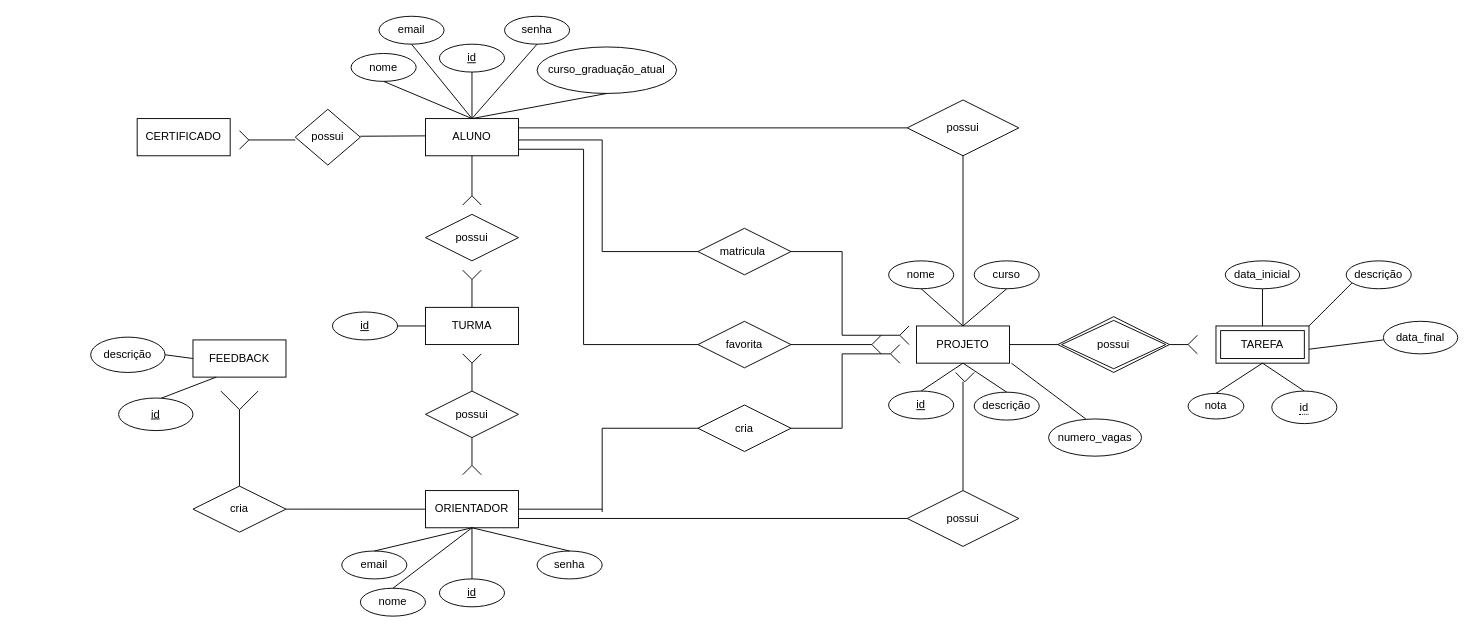
The draw.io diagram page "Modelo Pe de Galinha" (6 of 6) of Sprint2/Sprint2.drawio in BabiDoo/TI2-GRUPO25, before the edit. Source tidied: cells renumbered, new cells numbered last; positions are measured from the earlier drawing's top-left corner, leaving out a move shared by most shapes. Both pictures are drawn from the tidied source at 93%, with x=0, y=0 at pixel (90, 16).
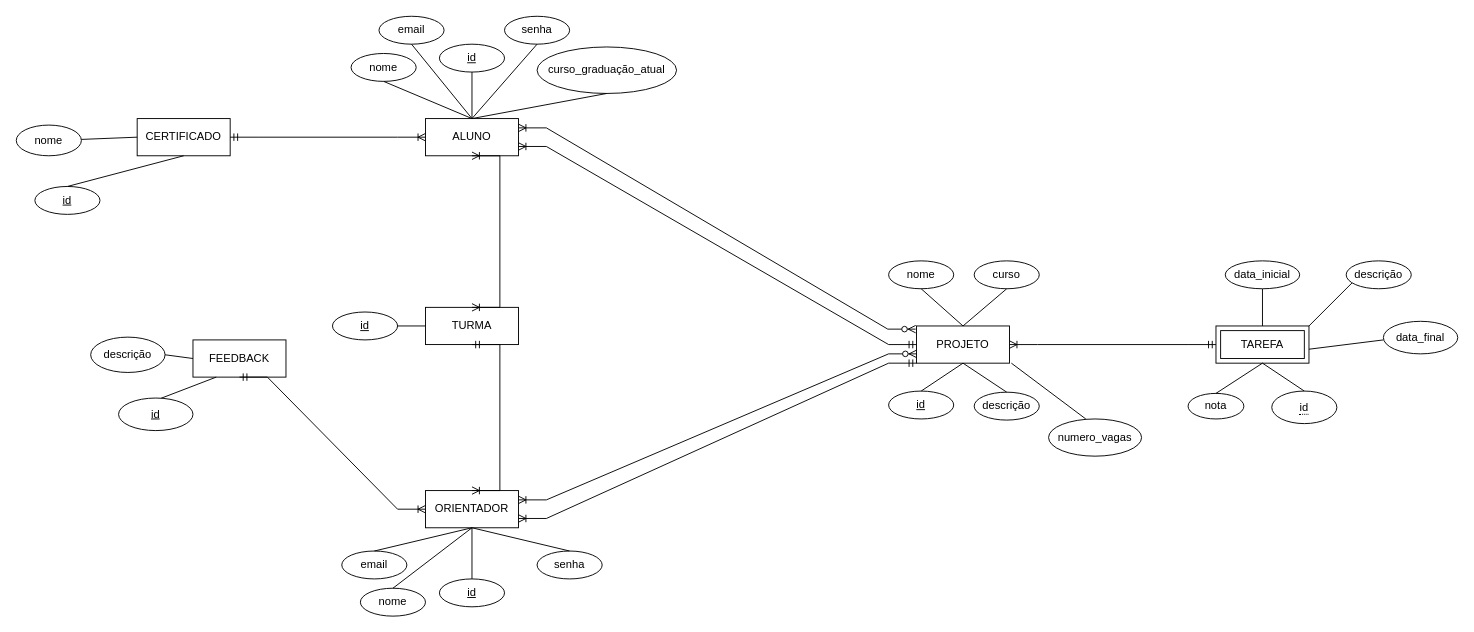
Above is the later version.

Unchanged cells that the change refers to:
```xml
<mxCell id="2" value="ALUNO" style="whiteSpace=wrap;html=1;align=center;" parent="1" vertex="1">
  <mxGeometry x="360" y="110" width="100" height="40" as="geometry" />
</mxCell>
<mxCell id="14" value="PROJETO" style="whiteSpace=wrap;html=1;align=center;" parent="1" vertex="1">
  <mxGeometry x="888" y="333" width="100" height="40" as="geometry" />
</mxCell>
<mxCell id="18" value="ORIENTADOR" style="whiteSpace=wrap;html=1;align=center;" parent="1" vertex="1">
  <mxGeometry x="360" y="510" width="100" height="40" as="geometry" />
</mxCell>
<mxCell id="42" value="TURMA" style="whiteSpace=wrap;html=1;align=center;" parent="1" vertex="1">
  <mxGeometry x="360" y="313" width="100" height="40" as="geometry" />
</mxCell>
<mxCell id="54" value="TAREFA" style="shape=ext;margin=3;double=1;whiteSpace=wrap;html=1;align=center;" parent="1" vertex="1">
  <mxGeometry x="1210" y="333" width="100" height="40" as="geometry" />
</mxCell>
<mxCell id="83" value="FEEDBACK" style="whiteSpace=wrap;html=1;align=center;" parent="1" vertex="1">
  <mxGeometry x="110" y="348" width="100" height="40" as="geometry" />
</mxCell>
<mxCell id="87" value="CERTIFICADO" style="whiteSpace=wrap;html=1;align=center;" parent="1" vertex="1">
  <mxGeometry x="50" y="110" width="100" height="40" as="geometry" />
</mxCell>
```

Diff of the diagram source:
```diff
@@
-    <mxCell id="3" value="matricula&amp;nbsp;" style="shape=rhombus;perimeter=rhombusPerimeter;whiteSpace=wrap;html=1;align=center;" parent="1" vertex="1">
-      <mxGeometry x="653" y="228" width="100" height="50" as="geometry" />
-    </mxCell>
@@
-    <mxCell id="27" value="cria" style="shape=rhombus;perimeter=rhombusPerimeter;whiteSpace=wrap;html=1;align=center;" parent="1" vertex="1">
-      <mxGeometry x="653" y="418" width="100" height="50" as="geometry" />
-    </mxCell>
-    <mxCell id="28" style="endArrow=none;html=1;rounded=0;exitX=1;exitY=0.5;exitDx=0;exitDy=0;" parent="1" edge="1" source="18">
-      <mxGeometry relative="1" as="geometry">
-        <mxPoint x="550" y="530" as="targetPoint" />
-      </mxGeometry>
-    </mxCell>
@@
-    <mxCell id="34" style="endArrow=none;html=1;rounded=0;exitX=1;exitY=0.5;exitDx=0;exitDy=0;" parent="1" edge="1" source="27">
-      <mxGeometry relative="1" as="geometry">
-        <mxPoint x="808" y="443" as="targetPoint" />
-      </mxGeometry>
-    </mxCell>
-    <mxCell id="35" style="endArrow=none;html=1;rounded=0;" parent="1" edge="1">
-      <mxGeometry relative="1" as="geometry">
-        <mxPoint x="808" y="443" as="sourcePoint" />
-        <mxPoint x="808" y="363" as="targetPoint" />
-      </mxGeometry>
-    </mxCell>
-    <mxCell id="36" style="endArrow=none;html=1;rounded=0;" parent="1" edge="1">
-      <mxGeometry relative="1" as="geometry">
-        <mxPoint x="808" y="363" as="sourcePoint" />
-        <mxPoint x="860" y="363" as="targetPoint" />
-      </mxGeometry>
-    </mxCell>
-    <mxCell id="37" style="endArrow=none;html=1;rounded=0;exitX=1;exitY=0.5;exitDx=0;exitDy=0;" parent="1" edge="1" source="3">
-      <mxGeometry relative="1" as="geometry">
-        <mxPoint x="808" y="253" as="targetPoint" />
-      </mxGeometry>
-    </mxCell>
-    <mxCell id="38" style="endArrow=none;html=1;rounded=0;" parent="1" edge="1">
-      <mxGeometry relative="1" as="geometry">
-        <mxPoint x="808" y="253" as="sourcePoint" />
-        <mxPoint x="808" y="343" as="targetPoint" />
-      </mxGeometry>
-    </mxCell>
-    <mxCell id="39" style="endArrow=none;html=1;rounded=0;" parent="1" edge="1">
-      <mxGeometry relative="1" as="geometry">
-        <mxPoint x="808" y="343" as="sourcePoint" />
-        <mxPoint x="870" y="343" as="targetPoint" />
-      </mxGeometry>
-    </mxCell>
-    <mxCell id="40" value="possui" style="shape=rhombus;perimeter=rhombusPerimeter;whiteSpace=wrap;html=1;align=center;" parent="1" vertex="1">
-      <mxGeometry x="360" y="403" width="100" height="50" as="geometry" />
-    </mxCell>
-    <mxCell id="41" style="endArrow=none;html=1;rounded=0;entryX=0.5;entryY=1;entryDx=0;entryDy=0;" parent="1" edge="1" target="40">
-      <mxGeometry relative="1" as="geometry">
-        <mxPoint x="410" y="483" as="sourcePoint" />
-      </mxGeometry>
-    </mxCell>
@@
-    <mxCell id="43" style="endArrow=none;html=1;rounded=0;exitX=0.5;exitY=0;exitDx=0;exitDy=0;" parent="1" edge="1" source="40">
-      <mxGeometry relative="1" as="geometry">
-        <mxPoint x="410" y="373" as="targetPoint" />
-      </mxGeometry>
-    </mxCell>
-    <mxCell id="44" value="possui" style="shape=rhombus;perimeter=rhombusPerimeter;whiteSpace=wrap;html=1;align=center;" parent="1" vertex="1">
-      <mxGeometry x="360" y="213" width="100" height="50" as="geometry" />
-    </mxCell>
-    <mxCell id="45" style="endArrow=none;html=1;rounded=0;exitX=0.5;exitY=0;exitDx=0;exitDy=0;" parent="1" edge="1" source="42">
-      <mxGeometry relative="1" as="geometry">
-        <mxPoint x="410" y="283" as="targetPoint" />
-      </mxGeometry>
-    </mxCell>
-    <mxCell id="46" style="endArrow=none;html=1;rounded=0;exitX=0.5;exitY=1;exitDx=0;exitDy=0;" parent="1" edge="1" source="2">
-      <mxGeometry relative="1" as="geometry">
-        <mxPoint x="410" y="193" as="targetPoint" />
-      </mxGeometry>
-    </mxCell>
-    <mxCell id="47" style="endArrow=none;html=1;rounded=0;entryX=0;entryY=0.5;entryDx=0;entryDy=0;" parent="1" edge="1" target="3">
-      <mxGeometry relative="1" as="geometry">
-        <mxPoint x="550" y="253" as="sourcePoint" />
-      </mxGeometry>
-    </mxCell>
-    <mxCell id="48" style="endArrow=none;html=1;rounded=0;" parent="1" edge="1">
-      <mxGeometry relative="1" as="geometry">
-        <mxPoint x="550" y="133" as="sourcePoint" />
-        <mxPoint x="550" y="253" as="targetPoint" />
-      </mxGeometry>
-    </mxCell>
-    <mxCell id="49" style="endArrow=none;html=1;rounded=0;entryX=0;entryY=0.5;entryDx=0;entryDy=0;" parent="1" edge="1" target="27">
-      <mxGeometry relative="1" as="geometry">
-        <mxPoint x="550" y="443" as="sourcePoint" />
-      </mxGeometry>
-    </mxCell>
-    <mxCell id="50" style="endArrow=none;html=1;rounded=0;" parent="1" edge="1">
-      <mxGeometry relative="1" as="geometry">
-        <mxPoint x="550" y="443" as="sourcePoint" />
-        <mxPoint x="550" y="533" as="targetPoint" />
-      </mxGeometry>
-    </mxCell>
-    <mxCell id="51" style="endArrow=none;html=1;rounded=0;exitX=1;exitY=0.5;exitDx=0;exitDy=0;entryX=0;entryY=0.5;entryDx=0;entryDy=0;" parent="1" edge="1" source="14">
-      <mxGeometry relative="1" as="geometry">
-        <mxPoint x="1040" y="353" as="targetPoint" />
-      </mxGeometry>
-    </mxCell>
-    <mxCell id="52" value="possui" style="shape=rhombus;double=1;perimeter=rhombusPerimeter;whiteSpace=wrap;html=1;align=center;" parent="1" vertex="1">
-      <mxGeometry x="1040" y="323" width="120" height="60" as="geometry" />
-    </mxCell>
-    <mxCell id="53" style="endArrow=none;html=1;rounded=0;exitX=1;exitY=0.5;exitDx=0;exitDy=0;" parent="1" edge="1" source="52">
-      <mxGeometry relative="1" as="geometry">
-        <mxPoint x="1180" y="353" as="targetPoint" />
-      </mxGeometry>
-    </mxCell>
@@
-    <mxCell id="61" style="endArrow=none;html=1;rounded=0;exitX=1;exitY=0.75;exitDx=0;exitDy=0;entryX=0;entryY=0.5;entryDx=0;entryDy=0;" parent="1" edge="1" source="18" target="62">
-      <mxGeometry relative="1" as="geometry" />
-    </mxCell>
-    <mxCell id="62" value="possui" style="shape=rhombus;perimeter=rhombusPerimeter;whiteSpace=wrap;html=1;align=center;" parent="1" vertex="1">
-      <mxGeometry x="878" y="510" width="120" height="60" as="geometry" />
-    </mxCell>
-    <mxCell id="63" style="endArrow=none;html=1;rounded=0;entryX=0.5;entryY=0;entryDx=0;entryDy=0;" parent="1" edge="1" target="62">
-      <mxGeometry relative="1" as="geometry">
-        <mxPoint x="938" y="393" as="sourcePoint" />
-      </mxGeometry>
-    </mxCell>
-    <mxCell id="64" style="endArrow=none;html=1;rounded=0;exitX=1;exitY=0.25;exitDx=0;exitDy=0;" parent="1" edge="1" source="2" target="65">
-      <mxGeometry relative="1" as="geometry" />
-    </mxCell>
-    <mxCell id="65" value="possui" style="shape=rhombus;perimeter=rhombusPerimeter;whiteSpace=wrap;html=1;align=center;" parent="1" vertex="1">
-      <mxGeometry x="878" y="90" width="120" height="60" as="geometry" />
-    </mxCell>
-    <mxCell id="66" style="endArrow=none;html=1;rounded=0;exitX=0.5;exitY=1;exitDx=0;exitDy=0;entryX=0.5;entryY=0;entryDx=0;entryDy=0;" parent="1" edge="1" source="65" target="14">
-      <mxGeometry relative="1" as="geometry" />
-    </mxCell>
@@
-    <mxCell id="68" style="endArrow=none;html=1;rounded=0;" parent="1" edge="1">
-      <mxGeometry relative="1" as="geometry">
-        <mxPoint x="460" y="133" as="sourcePoint" />
-        <mxPoint x="550" y="133" as="targetPoint" />
-      </mxGeometry>
-    </mxCell>
-    <mxCell id="69" style="endArrow=none;html=1;rounded=0;" parent="1" edge="1">
-      <mxGeometry relative="1" as="geometry">
-        <mxPoint x="460" y="143" as="sourcePoint" />
-        <mxPoint x="530" y="143" as="targetPoint" />
-      </mxGeometry>
-    </mxCell>
-    <mxCell id="70" value="favorita" style="shape=rhombus;perimeter=rhombusPerimeter;whiteSpace=wrap;html=1;align=center;" parent="1" vertex="1">
-      <mxGeometry x="653" y="328" width="100" height="50" as="geometry" />
-    </mxCell>
-    <mxCell id="71" style="endArrow=none;html=1;rounded=0;" parent="1" edge="1">
-      <mxGeometry relative="1" as="geometry">
-        <mxPoint x="530" y="143" as="sourcePoint" />
-        <mxPoint x="530" y="353" as="targetPoint" />
-      </mxGeometry>
-    </mxCell>
-    <mxCell id="72" style="endArrow=none;html=1;rounded=0;entryX=0;entryY=0.5;entryDx=0;entryDy=0;" parent="1" edge="1" target="70">
-      <mxGeometry relative="1" as="geometry">
-        <mxPoint x="530" y="353" as="sourcePoint" />
-      </mxGeometry>
-    </mxCell>
-    <mxCell id="73" style="endArrow=none;html=1;rounded=0;exitX=1;exitY=0.5;exitDx=0;exitDy=0;" parent="1" edge="1" source="70">
-      <mxGeometry relative="1" as="geometry">
-        <mxPoint x="840" y="353" as="targetPoint" />
-      </mxGeometry>
-    </mxCell>
@@
-    <mxCell id="81" style="endArrow=none;html=1;rounded=0;" parent="1" edge="1">
-      <mxGeometry relative="1" as="geometry">
-        <mxPoint x="290" y="129" as="sourcePoint" />
-        <mxPoint x="360" y="128.6" as="targetPoint" />
-      </mxGeometry>
-    </mxCell>
-    <mxCell id="82" value="cria" style="shape=rhombus;perimeter=rhombusPerimeter;whiteSpace=wrap;html=1;align=center;" parent="1" vertex="1">
-      <mxGeometry x="110" y="505.2" width="100" height="49.5" as="geometry" />
-    </mxCell>
@@
-    <mxCell id="88" style="endArrow=none;html=1;rounded=0;exitX=1;exitY=0.5;exitDx=0;exitDy=0;entryX=0;entryY=0.5;entryDx=0;entryDy=0;" parent="1" edge="1" source="82" target="18">
-      <mxGeometry relative="1" as="geometry" />
-    </mxCell>
@@
-    <mxCell id="90" style="endArrow=none;html=1;rounded=0;entryX=0.5;entryY=0;entryDx=0;entryDy=0;" parent="1" edge="1" target="82">
-      <mxGeometry relative="1" as="geometry">
-        <mxPoint x="160" y="423" as="sourcePoint" />
-      </mxGeometry>
-    </mxCell>
-    <mxCell id="91" value="possui" style="shape=rhombus;perimeter=rhombusPerimeter;whiteSpace=wrap;html=1;align=center;" parent="1" vertex="1">
-      <mxGeometry x="220" y="100" width="70" height="60" as="geometry" />
-    </mxCell>
-    <mxCell id="92" style="endArrow=none;html=1;rounded=0;" parent="1" edge="1">
-      <mxGeometry relative="1" as="geometry">
-        <mxPoint x="170" y="133" as="sourcePoint" />
-        <mxPoint x="220" y="133" as="targetPoint" />
-      </mxGeometry>
-    </mxCell>
-    <mxCell id="93" style="endArrow=none;html=1;rounded=0;" parent="1" edge="1">
-      <mxGeometry relative="1" as="geometry">
-        <mxPoint x="170" y="133" as="sourcePoint" />
-        <mxPoint x="160" y="123" as="targetPoint" />
-      </mxGeometry>
-    </mxCell>
-    <mxCell id="94" style="endArrow=none;html=1;rounded=0;" parent="1" edge="1">
-      <mxGeometry relative="1" as="geometry">
-        <mxPoint x="160" y="143" as="sourcePoint" />
-        <mxPoint x="170" y="133" as="targetPoint" />
-      </mxGeometry>
-    </mxCell>
-    <mxCell id="95" style="endArrow=none;html=1;rounded=0;" parent="1" edge="1">
-      <mxGeometry relative="1" as="geometry">
-        <mxPoint x="400" y="203" as="sourcePoint" />
-        <mxPoint x="410" y="193" as="targetPoint" />
-      </mxGeometry>
-    </mxCell>
-    <mxCell id="96" style="endArrow=none;html=1;rounded=0;" parent="1" edge="1">
-      <mxGeometry relative="1" as="geometry">
-        <mxPoint x="410" y="193" as="sourcePoint" />
-        <mxPoint x="420" y="203" as="targetPoint" />
-      </mxGeometry>
-    </mxCell>
-    <mxCell id="97" style="endArrow=none;html=1;rounded=0;" parent="1" edge="1">
-      <mxGeometry relative="1" as="geometry">
-        <mxPoint x="410" y="283" as="sourcePoint" />
-        <mxPoint x="420" y="273" as="targetPoint" />
-      </mxGeometry>
-    </mxCell>
-    <mxCell id="98" style="endArrow=none;html=1;rounded=0;" parent="1" edge="1">
-      <mxGeometry relative="1" as="geometry">
-        <mxPoint x="400" y="273" as="sourcePoint" />
-        <mxPoint x="410" y="283" as="targetPoint" />
-      </mxGeometry>
-    </mxCell>
-    <mxCell id="99" style="endArrow=none;html=1;rounded=0;" parent="1" edge="1">
-      <mxGeometry relative="1" as="geometry">
-        <mxPoint x="1180" y="353" as="sourcePoint" />
-        <mxPoint x="1190" y="343" as="targetPoint" />
-      </mxGeometry>
-    </mxCell>
-    <mxCell id="100" style="endArrow=none;html=1;rounded=0;" parent="1" edge="1">
-      <mxGeometry relative="1" as="geometry">
-        <mxPoint x="1180" y="353" as="sourcePoint" />
-        <mxPoint x="1190" y="363" as="targetPoint" />
-      </mxGeometry>
-    </mxCell>
-    <mxCell id="101" style="endArrow=none;html=1;rounded=0;" parent="1" edge="1">
-      <mxGeometry relative="1" as="geometry">
-        <mxPoint x="160" y="423" as="sourcePoint" />
-        <mxPoint x="180" y="403" as="targetPoint" />
-      </mxGeometry>
-    </mxCell>
-    <mxCell id="102" style="endArrow=none;html=1;rounded=0;" parent="1" edge="1">
-      <mxGeometry relative="1" as="geometry">
-        <mxPoint x="160" y="423" as="sourcePoint" />
-        <mxPoint x="140" y="403" as="targetPoint" />
-      </mxGeometry>
-    </mxCell>
-    <mxCell id="103" style="endArrow=none;html=1;rounded=0;" parent="1" edge="1">
-      <mxGeometry relative="1" as="geometry">
-        <mxPoint x="860" y="363" as="sourcePoint" />
-        <mxPoint x="870" y="353" as="targetPoint" />
-      </mxGeometry>
-    </mxCell>
-    <mxCell id="104" style="endArrow=none;html=1;rounded=0;" parent="1" edge="1">
-      <mxGeometry relative="1" as="geometry">
-        <mxPoint x="870" y="373" as="sourcePoint" />
-        <mxPoint x="860" y="363" as="targetPoint" />
-      </mxGeometry>
-    </mxCell>
-    <mxCell id="105" style="endArrow=none;html=1;rounded=0;" parent="1" edge="1">
-      <mxGeometry relative="1" as="geometry">
-        <mxPoint x="840" y="353" as="sourcePoint" />
-        <mxPoint x="850" y="343" as="targetPoint" />
-      </mxGeometry>
-    </mxCell>
-    <mxCell id="106" style="endArrow=none;html=1;rounded=0;" parent="1" edge="1">
-      <mxGeometry relative="1" as="geometry">
-        <mxPoint x="840" y="353" as="sourcePoint" />
-        <mxPoint x="850" y="363" as="targetPoint" />
-      </mxGeometry>
-    </mxCell>
-    <mxCell id="107" style="endArrow=none;html=1;rounded=0;" parent="1" edge="1">
-      <mxGeometry relative="1" as="geometry">
-        <mxPoint x="870" y="343" as="sourcePoint" />
-        <mxPoint x="880" y="333" as="targetPoint" />
-      </mxGeometry>
-    </mxCell>
-    <mxCell id="108" style="endArrow=none;html=1;rounded=0;" parent="1" edge="1">
-      <mxGeometry relative="1" as="geometry">
-        <mxPoint x="870" y="343" as="sourcePoint" />
-        <mxPoint x="880" y="353" as="targetPoint" />
-      </mxGeometry>
-    </mxCell>
-    <mxCell id="109" style="endArrow=none;html=1;rounded=0;" parent="1" edge="1">
-      <mxGeometry relative="1" as="geometry">
-        <mxPoint x="940" y="393" as="sourcePoint" />
-        <mxPoint x="950" y="383" as="targetPoint" />
-      </mxGeometry>
-    </mxCell>
-    <mxCell id="110" style="endArrow=none;html=1;rounded=0;" parent="1" edge="1">
-      <mxGeometry relative="1" as="geometry">
-        <mxPoint x="930" y="383" as="sourcePoint" />
-        <mxPoint x="940" y="393" as="targetPoint" />
-      </mxGeometry>
-    </mxCell>
-    <mxCell id="111" style="endArrow=none;html=1;rounded=0;" parent="1" edge="1">
-      <mxGeometry relative="1" as="geometry">
-        <mxPoint x="400" y="493" as="sourcePoint" />
-        <mxPoint x="410" y="483" as="targetPoint" />
-      </mxGeometry>
-    </mxCell>
-    <mxCell id="112" style="endArrow=none;html=1;rounded=0;" parent="1" edge="1">
-      <mxGeometry relative="1" as="geometry">
-        <mxPoint x="410" y="483" as="sourcePoint" />
-        <mxPoint x="420" y="493" as="targetPoint" />
-      </mxGeometry>
-    </mxCell>
-    <mxCell id="113" style="endArrow=none;html=1;rounded=0;" parent="1" edge="1">
-      <mxGeometry relative="1" as="geometry">
-        <mxPoint x="410" y="373" as="sourcePoint" />
-        <mxPoint x="420" y="363" as="targetPoint" />
-      </mxGeometry>
-    </mxCell>
-    <mxCell id="114" style="endArrow=none;html=1;rounded=0;" parent="1" edge="1">
-      <mxGeometry relative="1" as="geometry">
-        <mxPoint x="400" y="363" as="sourcePoint" />
-        <mxPoint x="410" y="373" as="targetPoint" />
-      </mxGeometry>
-    </mxCell>
+    <mxCell id="115" style="edgeStyle=entityRelationEdgeStyle;fontSize=12;html=1;endArrow=ERoneToMany;startArrow=ERmandOne;rounded=0;exitX=1;exitY=0.5;exitDx=0;exitDy=0;entryX=0;entryY=0.5;entryDx=0;entryDy=0;" parent="1" edge="1" source="87" target="2">
+      <mxGeometry relative="1" as="geometry" />
+    </mxCell>
+    <mxCell id="116" style="edgeStyle=entityRelationEdgeStyle;fontSize=12;html=1;endArrow=ERoneToMany;startArrow=ERoneToMany;rounded=0;exitX=0.5;exitY=0;exitDx=0;exitDy=0;entryX=0.5;entryY=1;entryDx=0;entryDy=0;" parent="1" edge="1" source="42" target="2">
+      <mxGeometry relative="1" as="geometry">
+        <Array as="points">
+          <mxPoint x="410" y="313" />
+          <mxPoint x="410" y="283" />
+          <mxPoint x="410" y="273" />
+        </Array>
+      </mxGeometry>
+    </mxCell>
+    <mxCell id="117" style="edgeStyle=entityRelationEdgeStyle;fontSize=12;html=1;endArrow=ERoneToMany;startArrow=ERzeroToMany;rounded=0;entryX=1;entryY=0.25;entryDx=0;entryDy=0;exitX=-0.009;exitY=0.085;exitDx=0;exitDy=0;exitPerimeter=0;" parent="1" edge="1" source="14" target="2">
+      <mxGeometry relative="1" as="geometry">
+        <Array as="points">
+          <mxPoint x="850" y="153" />
+          <mxPoint x="490" />
+        </Array>
+      </mxGeometry>
+    </mxCell>
+    <mxCell id="118" style="edgeStyle=entityRelationEdgeStyle;fontSize=12;html=1;endArrow=ERoneToMany;startArrow=ERmandOne;rounded=0;entryX=1;entryY=0.75;entryDx=0;entryDy=0;exitX=0;exitY=0.5;exitDx=0;exitDy=0;" parent="1" edge="1" source="14" target="2">
+      <mxGeometry relative="1" as="geometry" />
+    </mxCell>
+    <mxCell id="119" style="edgeStyle=entityRelationEdgeStyle;fontSize=12;html=1;endArrow=ERoneToMany;startArrow=ERzeroToMany;rounded=0;entryX=1;entryY=0.25;entryDx=0;entryDy=0;exitX=0;exitY=0.75;exitDx=0;exitDy=0;" parent="1" edge="1" source="14" target="18">
+      <mxGeometry relative="1" as="geometry">
+        <Array as="points">
+          <mxPoint x="940" y="414" />
+          <mxPoint x="580" y="261" />
+        </Array>
+      </mxGeometry>
+    </mxCell>
+    <mxCell id="120" style="edgeStyle=entityRelationEdgeStyle;fontSize=12;html=1;endArrow=ERoneToMany;startArrow=ERmandOne;rounded=0;entryX=1;entryY=0.75;entryDx=0;entryDy=0;exitX=0;exitY=1;exitDx=0;exitDy=0;" parent="1" edge="1" source="14" target="18">
+      <mxGeometry relative="1" as="geometry" />
+    </mxCell>
+    <mxCell id="121" value="id" style="ellipse;whiteSpace=wrap;html=1;align=center;fontStyle=4;" parent="1" vertex="1">
+      <mxGeometry x="-60" y="183" width="70" height="30" as="geometry" />
+    </mxCell>
+    <mxCell id="122" style="endArrow=none;html=1;rounded=0;exitX=0.5;exitY=1;exitDx=0;exitDy=0;entryX=0.5;entryY=0;entryDx=0;entryDy=0;" parent="1" edge="1" source="87" target="121">
+      <mxGeometry relative="1" as="geometry" />
+    </mxCell>
+    <mxCell id="123" style="endArrow=none;html=1;rounded=0;exitX=0;exitY=0.5;exitDx=0;exitDy=0;" parent="1" edge="1" source="87" target="124">
+      <mxGeometry relative="1" as="geometry" />
+    </mxCell>
+    <mxCell id="124" value="nome" style="ellipse;whiteSpace=wrap;html=1;align=center;" parent="1" vertex="1">
+      <mxGeometry x="-80" y="117" width="70" height="33" as="geometry" />
+    </mxCell>
+    <mxCell id="125" style="edgeStyle=entityRelationEdgeStyle;fontSize=12;html=1;endArrow=ERoneToMany;startArrow=ERmandOne;rounded=0;entryX=1;entryY=0.5;entryDx=0;entryDy=0;exitX=0;exitY=0.5;exitDx=0;exitDy=0;" parent="1" edge="1" source="54" target="14">
+      <mxGeometry relative="1" as="geometry" />
+    </mxCell>
+    <mxCell id="126" style="edgeStyle=entityRelationEdgeStyle;fontSize=12;html=1;endArrow=ERoneToMany;startArrow=ERmandOne;rounded=0;entryX=0;entryY=0.5;entryDx=0;entryDy=0;exitX=0.5;exitY=1;exitDx=0;exitDy=0;" parent="1" edge="1" source="83" target="18">
+      <mxGeometry relative="1" as="geometry" />
+    </mxCell>
+    <mxCell id="127" style="edgeStyle=entityRelationEdgeStyle;fontSize=12;html=1;endArrow=ERoneToMany;startArrow=ERmandOne;rounded=0;entryX=0.5;entryY=0;entryDx=0;entryDy=0;exitX=0.5;exitY=1;exitDx=0;exitDy=0;" parent="1" edge="1" source="42" target="18">
+      <mxGeometry relative="1" as="geometry" />
+    </mxCell>
```
